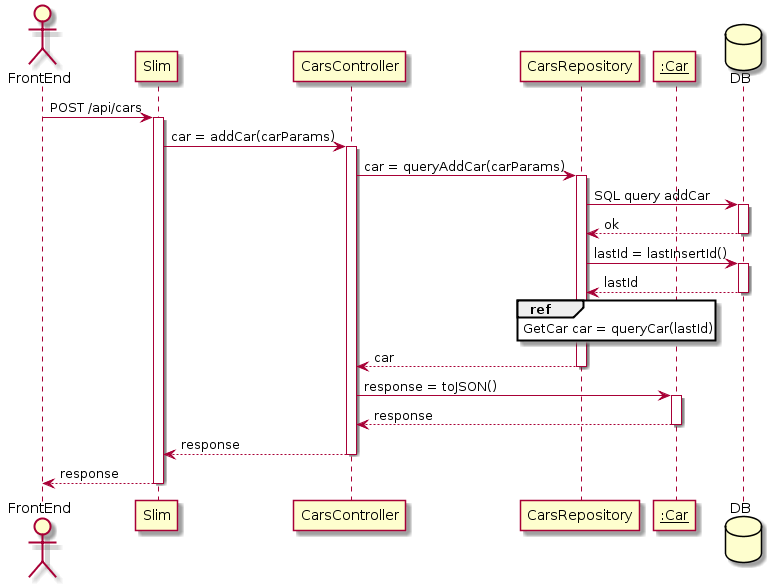
Before: docs/BackEnd/SequenceDiagram/AddCar.png, a diagram exported from PlantUML (malvinkooo/taxiSystem).
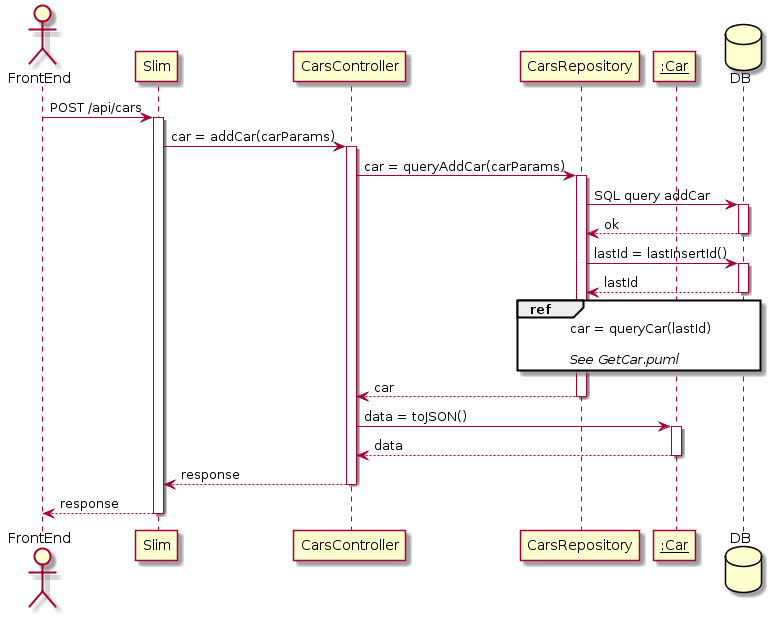
After the commit.

Diff of the diagram source:
```diff
@@ -21,15 +21,17 @@
 DB --> CarsRepository : lastId
 deactivate DB
 
-ref over CarsRepository
-GetCar car = queryCar(lastId)
+ref over CarsRepository, DB
+car = queryCar(lastId)
+
+//See GetCar.puml//
 end ref
 
 CarsRepository --> CarsController : car
 deactivate CarsRepository
-CarsController -> Car : response = toJSON()
+CarsController -> Car : data = toJSON()
 activate Car
-Car --> CarsController : response
+Car --> CarsController : data
 deactivate Car
 CarsController --> Slim : response
 deactivate CarsController
```
